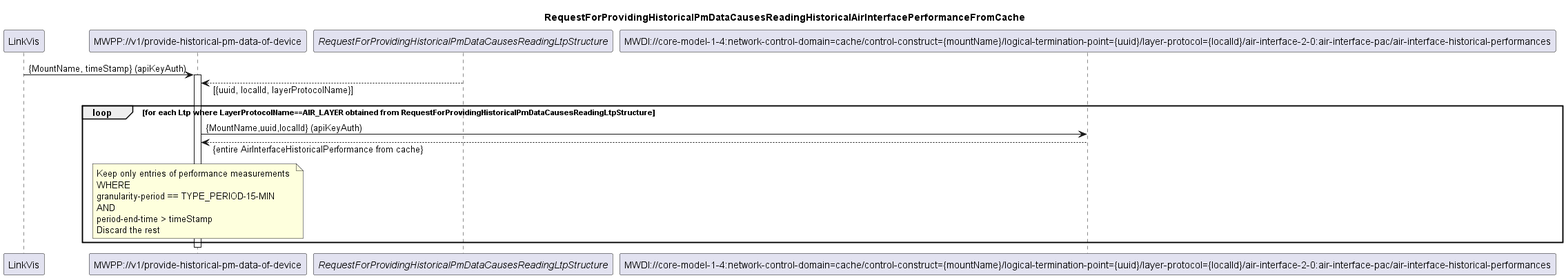
Earlier version of the PlantUML export spec/diagrams/005_ReadingHistoricalAirInterfacePerformanceFromCache.png (openBackhaul/MicroWavePerformanceProxy).
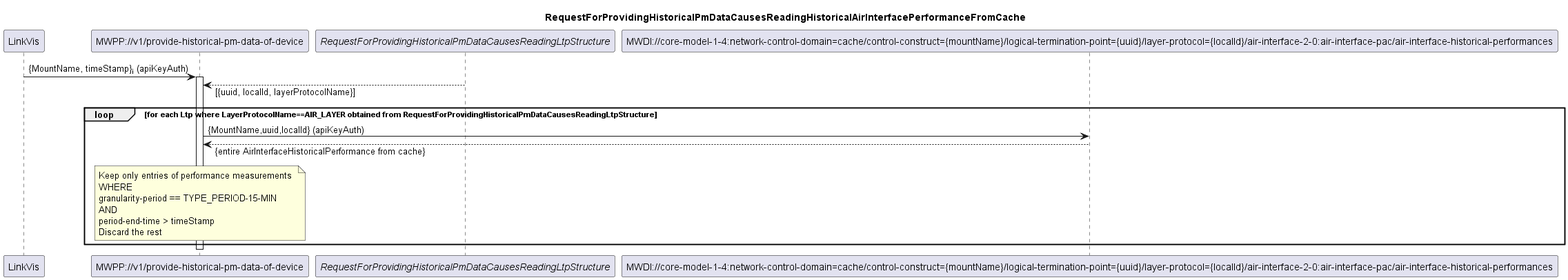
The same file after the commit.

Commit message:
Add missing subscript i in request input of diagramm 005 (#14)

What changed in the source:
```diff
@@ -10,7 +10,7 @@
 participant "<i>RequestForProvidingHistoricalPmDataCausesReadingLtpStructure</i>" as LTPs
 participant "MWDI://core-model-1-4:network-control-domain=cache/control-construct={mountName}/logical-termination-point={uuid}/layer-protocol={localId}/air-interface-2-0:air-interface-pac/air-interface-historical-performances" as AirInterfacePm
 
-LinkVis -> MWPP: {MountName, timeStamp} (apiKeyAuth)
+LinkVis -> MWPP: {MountName, timeStamp}<sub>i</sub> (apiKeyAuth)
 activate MWPP
 LTPs --> MWPP: [{uuid, localId, layerProtocolName}]
 loop for each Ltp where LayerProtocolName==AIR_LAYER obtained from RequestForProvidingHistoricalPmDataCausesReadingLtpStructure
```
